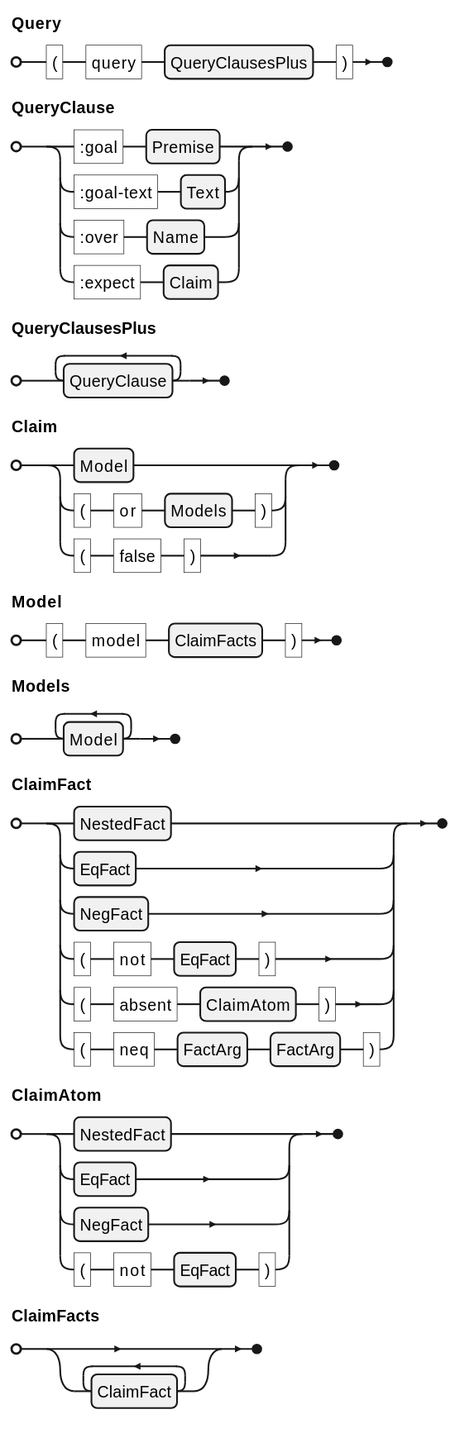
Earlier version of the PlantUML export docs/ein/user/04-reference/diagrams/01-grammar-phrase-query.svg (agutikov/ein). Its source is kept beside it as docs/ein/user/04-reference/diagrams/01-grammar-phrase-query.puml.
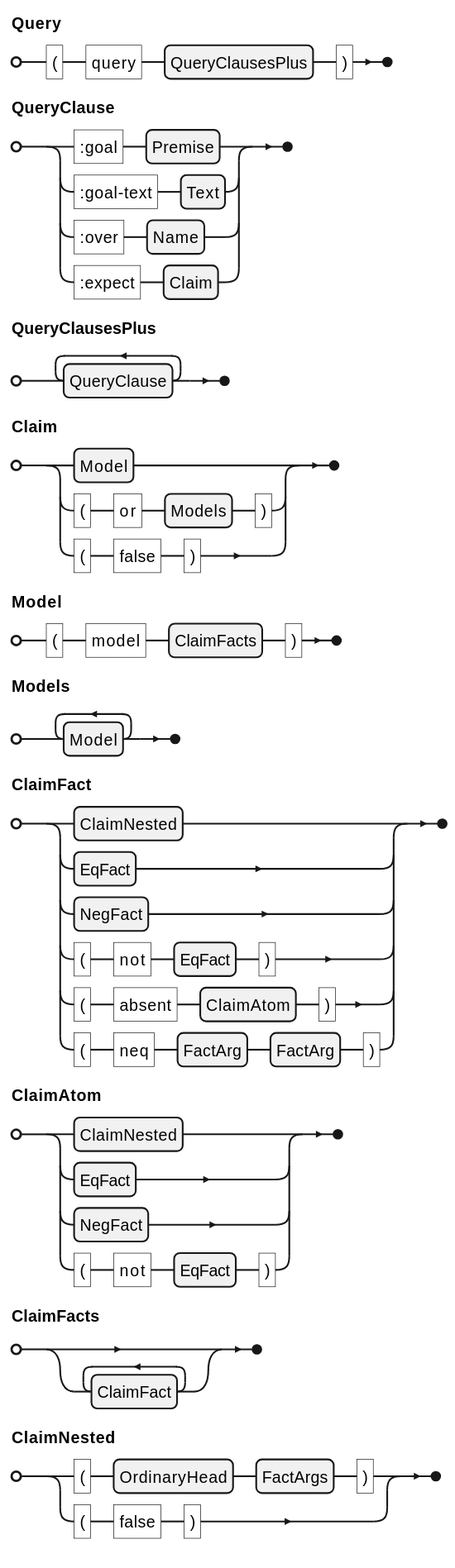
After the change.

What changed in the source:
```diff
@@ -6,12 +6,13 @@
 Model = "(" , "model" , ClaimFacts , ")" ;
 Models = { Model }- ;
 ClaimFact =
-    NestedFact
+    ClaimNested
   | EqFact
   | NegFact
   | "(" , "not" , EqFact , ")"
   | "(" , "absent" , ClaimAtom , ")"
   | "(" , "neq" , FactArg , FactArg , ")" ;
-ClaimAtom = NestedFact | EqFact | NegFact | "(" , "not" , EqFact , ")" ;
+ClaimAtom = ClaimNested | EqFact | NegFact | "(" , "not" , EqFact , ")" ;
 ClaimFacts = { ClaimFact } ;
+ClaimNested = "(" , OrdinaryHead , FactArgs , ")" | "(" , "false" , ")" ;
 @endebnf
```
